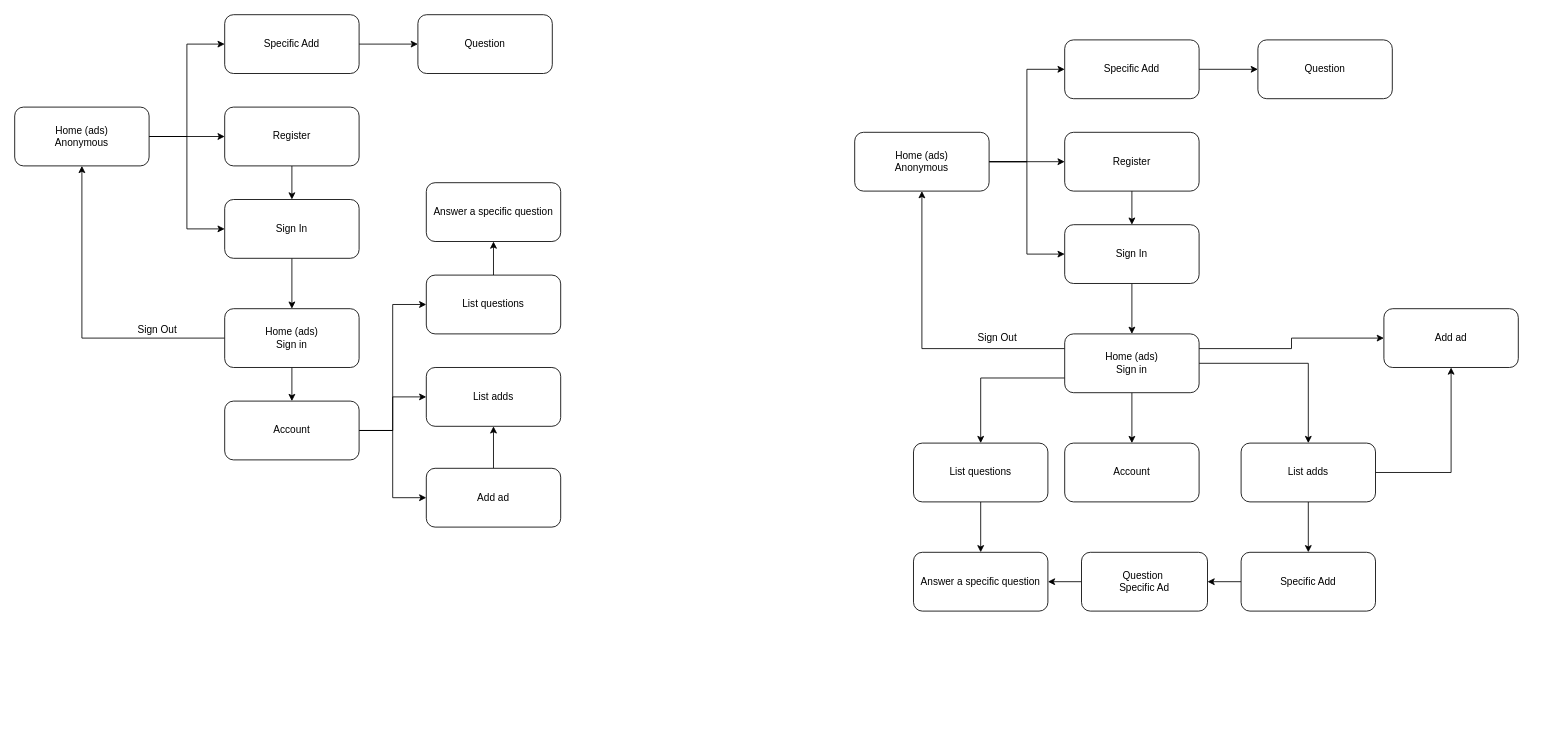
ChristianBocanegra/Example1 keeps this draw.io diagram as Windows-App.drawio. Above is the earlier version. Source tidied: cells renumbered, new cells numbered last; positions are measured from the earlier drawing's top-left corner, leaving out a move shared by most shapes. Both pictures are drawn from the tidied source at 84%, with x=0, y=0 at pixel (14, 14).
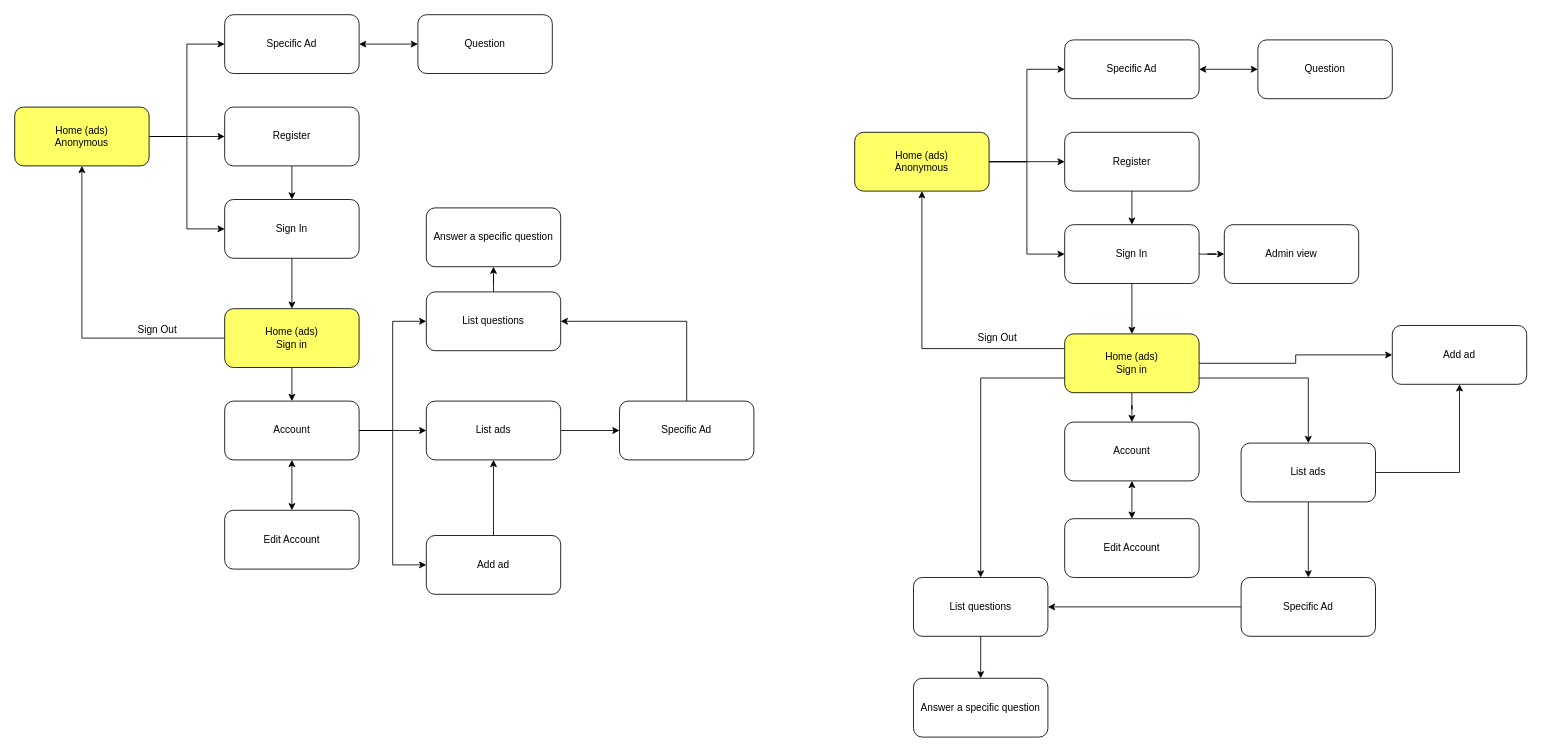
The same diagram, later.

The change refers to these unchanged cells:
```xml
<mxCell id="15" value="Question" style="rounded=1;whiteSpace=wrap;html=1;" parent="1" vertex="1">
  <mxGeometry x="480" width="160" height="70" as="geometry" />
</mxCell>
<mxCell id="19" value="Account" style="rounded=1;whiteSpace=wrap;html=1;" parent="1" vertex="1">
  <mxGeometry x="250" y="460" width="160" height="70" as="geometry" />
</mxCell>
<mxCell id="34" value="Sign In" style="rounded=1;whiteSpace=wrap;html=1;" parent="1" vertex="1">
  <mxGeometry x="1250" y="250" width="160" height="70" as="geometry" />
</mxCell>
<mxCell id="43" value="Question" style="rounded=1;whiteSpace=wrap;html=1;" parent="1" vertex="1">
  <mxGeometry x="1480" y="30" width="160" height="70" as="geometry" />
</mxCell>
```

Change to the diagram source:
```diff
@@
-    <mxCell id="5" value="Home (ads)&lt;div&gt;Anonymous&lt;/div&gt;" style="rounded=1;whiteSpace=wrap;html=1;" parent="1" vertex="1">
+    <mxCell id="5" value="Home (ads)&lt;div&gt;Anonymous&lt;/div&gt;" style="rounded=1;whiteSpace=wrap;html=1;fillColor=#FFFF66;" parent="1" vertex="1">
       <mxGeometry y="110" width="160" height="70" as="geometry" />
     </mxCell>
@@
-    <mxCell id="12" value="Home (ads)&lt;div&gt;Sign in&lt;/div&gt;" style="rounded=1;whiteSpace=wrap;html=1;" parent="1" vertex="1">
+    <mxCell id="12" value="Home (ads)&lt;div&gt;Sign in&lt;/div&gt;" style="rounded=1;whiteSpace=wrap;html=1;fillColor=#FFFF66;" parent="1" vertex="1">
       <mxGeometry x="250" y="350" width="160" height="70" as="geometry" />
     </mxCell>
-    <mxCell id="13" style="edgeStyle=orthogonalEdgeStyle;rounded=0;jettySize=auto;html=1;entryX=0;entryY=0.5;entryDx=0;entryDy=0;" parent="1" edge="1" source="14" target="15">
+    <mxCell id="13" style="edgeStyle=orthogonalEdgeStyle;rounded=0;jettySize=auto;html=1;entryX=0;entryY=0.5;entryDx=0;entryDy=0;startArrow=classic;startFill=1;" parent="1" edge="1" source="14" target="15">
       <mxGeometry relative="1" as="geometry" />
     </mxCell>
-    <mxCell id="14" value="Specific Add" style="rounded=1;whiteSpace=wrap;html=1;" parent="1" vertex="1">
+    <mxCell id="14" value="Specific Ad" style="rounded=1;whiteSpace=wrap;html=1;" parent="1" vertex="1">
       <mxGeometry x="250" width="160" height="70" as="geometry" />
     </mxCell>
@@
+    <mxCell id="57" style="edgeStyle=orthogonalEdgeStyle;rounded=0;jettySize=auto;html=1;entryX=0.5;entryY=0;entryDx=0;entryDy=0;startArrow=classic;startFill=1;" parent="1" edge="1" source="19" target="64">
+      <mxGeometry relative="1" as="geometry" />
+    </mxCell>
@@
     <mxCell id="21" value="Add ad" style="rounded=1;whiteSpace=wrap;html=1;" parent="1" vertex="1">
-      <mxGeometry x="490" y="540" width="160" height="70" as="geometry" />
+      <mxGeometry x="490" y="620" width="160" height="70" as="geometry" />
     </mxCell>
+    <mxCell id="58" style="edgeStyle=orthogonalEdgeStyle;rounded=0;jettySize=auto;html=1;entryX=0;entryY=0.5;entryDx=0;entryDy=0;" parent="1" edge="1" source="22" target="63">
+      <mxGeometry relative="1" as="geometry" />
+    </mxCell>
-    <mxCell id="22" value="List adds" style="rounded=1;whiteSpace=wrap;html=1;" parent="1" vertex="1">
-      <mxGeometry x="490" y="420" width="160" height="70" as="geometry" />
+    <mxCell id="22" value="List ads" style="rounded=1;whiteSpace=wrap;html=1;" parent="1" vertex="1">
+      <mxGeometry x="490" y="460" width="160" height="70" as="geometry" />
     </mxCell>
@@
     <mxCell id="24" value="List questions" style="rounded=1;whiteSpace=wrap;html=1;" parent="1" vertex="1">
-      <mxGeometry x="490" y="310" width="160" height="70" as="geometry" />
+      <mxGeometry x="490" y="330" width="160" height="70" as="geometry" />
     </mxCell>
     <mxCell id="25" value="Answer a specific question" style="rounded=1;whiteSpace=wrap;html=1;" parent="1" vertex="1">
-      <mxGeometry x="490" y="200" width="160" height="70" as="geometry" />
+      <mxGeometry x="490" y="230" width="160" height="70" as="geometry" />
     </mxCell>
@@
-    <mxCell id="30" value="Home (ads)&lt;div&gt;Anonymous&lt;/div&gt;" style="rounded=1;whiteSpace=wrap;html=1;" parent="1" vertex="1">
+    <mxCell id="30" value="Home (ads)&lt;div&gt;Anonymous&lt;/div&gt;" style="rounded=1;whiteSpace=wrap;html=1;fillColor=#FFFF66;" parent="1" vertex="1">
       <mxGeometry x="1000" y="140" width="160" height="70" as="geometry" />
     </mxCell>
@@
+    <mxCell id="59" style="edgeStyle=orthogonalEdgeStyle;rounded=0;jettySize=auto;html=1;entryX=0;entryY=0.5;entryDx=0;entryDy=0;" parent="1" edge="1" source="34" target="66">
+      <mxGeometry relative="1" as="geometry" />
+    </mxCell>
@@
-    <mxCell id="38" style="edgeStyle=orthogonalEdgeStyle;rounded=0;jettySize=auto;html=1;entryX=0.5;entryY=0;entryDx=0;entryDy=0;" parent="1" edge="1" source="40" target="48">
+    <mxCell id="38" style="edgeStyle=orthogonalEdgeStyle;rounded=0;jettySize=auto;html=1;entryX=0.5;entryY=0;entryDx=0;entryDy=0;exitX=1;exitY=0.75;exitDx=0;exitDy=0;" parent="1" edge="1" source="40" target="48">
       <mxGeometry relative="1" as="geometry" />
     </mxCell>
-    <mxCell id="39" style="edgeStyle=orthogonalEdgeStyle;rounded=0;jettySize=auto;html=1;entryX=0;entryY=0.5;entryDx=0;entryDy=0;exitX=1;exitY=0.25;exitDx=0;exitDy=0;" parent="1" edge="1" source="40" target="45">
+    <mxCell id="39" style="edgeStyle=orthogonalEdgeStyle;rounded=0;jettySize=auto;html=1;entryX=0;entryY=0.5;entryDx=0;entryDy=0;exitX=1;exitY=0.5;exitDx=0;exitDy=0;" parent="1" edge="1" source="40" target="45">
       <mxGeometry relative="1" as="geometry" />
     </mxCell>
-    <mxCell id="40" value="Home (ads)&lt;div&gt;Sign in&lt;/div&gt;" style="rounded=1;whiteSpace=wrap;html=1;" parent="1" vertex="1">
+    <mxCell id="40" value="Home (ads)&lt;div&gt;Sign in&lt;/div&gt;" style="rounded=1;whiteSpace=wrap;html=1;fillColor=#FFFF66;" parent="1" vertex="1">
       <mxGeometry x="1250" y="380" width="160" height="70" as="geometry" />
     </mxCell>
-    <mxCell id="41" style="edgeStyle=orthogonalEdgeStyle;rounded=0;jettySize=auto;html=1;entryX=0;entryY=0.5;entryDx=0;entryDy=0;" parent="1" edge="1" source="42" target="43">
+    <mxCell id="41" style="edgeStyle=orthogonalEdgeStyle;rounded=0;jettySize=auto;html=1;entryX=0;entryY=0.5;entryDx=0;entryDy=0;startArrow=classic;startFill=1;" parent="1" edge="1" source="42" target="43">
       <mxGeometry relative="1" as="geometry" />
     </mxCell>
-    <mxCell id="42" value="Specific Add" style="rounded=1;whiteSpace=wrap;html=1;" parent="1" vertex="1">
+    <mxCell id="42" value="Specific Ad" style="rounded=1;whiteSpace=wrap;html=1;" parent="1" vertex="1">
       <mxGeometry x="1250" y="30" width="160" height="70" as="geometry" />
     </mxCell>
@@
+    <mxCell id="60" style="edgeStyle=orthogonalEdgeStyle;rounded=0;jettySize=auto;html=1;entryX=0.5;entryY=0;entryDx=0;entryDy=0;startArrow=classic;startFill=1;" parent="1" edge="1" source="44" target="65">
+      <mxGeometry relative="1" as="geometry" />
+    </mxCell>
     <mxCell id="44" value="Account" style="rounded=1;whiteSpace=wrap;html=1;" parent="1" vertex="1">
-      <mxGeometry x="1250" y="510" width="160" height="70" as="geometry" />
+      <mxGeometry x="1250" y="485" width="160" height="70" as="geometry" />
     </mxCell>
     <mxCell id="45" value="Add ad" style="rounded=1;whiteSpace=wrap;html=1;" parent="1" vertex="1">
-      <mxGeometry x="1630" y="350" width="160" height="70" as="geometry" />
+      <mxGeometry x="1640" y="370" width="160" height="70" as="geometry" />
     </mxCell>
@@
-    <mxCell id="48" value="List adds" style="rounded=1;whiteSpace=wrap;html=1;" parent="1" vertex="1">
+    <mxCell id="48" value="List ads" style="rounded=1;whiteSpace=wrap;html=1;" parent="1" vertex="1">
       <mxGeometry x="1460" y="510" width="160" height="70" as="geometry" />
     </mxCell>
@@
     <mxCell id="50" value="List questions" style="rounded=1;whiteSpace=wrap;html=1;" parent="1" vertex="1">
-      <mxGeometry x="1070" y="510" width="160" height="70" as="geometry" />
+      <mxGeometry x="1070" y="670" width="160" height="70" as="geometry" />
     </mxCell>
     <mxCell id="51" value="Answer a specific question" style="rounded=1;whiteSpace=wrap;html=1;" parent="1" vertex="1">
-      <mxGeometry x="1070" y="640" width="160" height="70" as="geometry" />
+      <mxGeometry x="1070" y="790" width="160" height="70" as="geometry" />
     </mxCell>
@@
-    <mxCell id="53" style="edgeStyle=orthogonalEdgeStyle;rounded=0;jettySize=auto;html=1;entryX=1;entryY=0.5;entryDx=0;entryDy=0;" parent="1" edge="1" source="54" target="56">
-      <mxGeometry relative="1" as="geometry" />
-    </mxCell>
+    <mxCell id="61" style="edgeStyle=orthogonalEdgeStyle;rounded=0;jettySize=auto;html=1;entryX=1;entryY=0.5;entryDx=0;entryDy=0;" parent="1" edge="1" source="54" target="50">
+      <mxGeometry relative="1" as="geometry" />
+    </mxCell>
-    <mxCell id="54" value="Specific Add" style="rounded=1;whiteSpace=wrap;html=1;" parent="1" vertex="1">
-      <mxGeometry x="1460" y="640" width="160" height="70" as="geometry" />
+    <mxCell id="54" value="Specific Ad" style="rounded=1;whiteSpace=wrap;html=1;" parent="1" vertex="1">
+      <mxGeometry x="1460" y="670" width="160" height="70" as="geometry" />
     </mxCell>
-    <mxCell id="55" style="edgeStyle=orthogonalEdgeStyle;rounded=0;jettySize=auto;html=1;entryX=1;entryY=0.5;entryDx=0;entryDy=0;" parent="1" edge="1" source="56" target="51">
-      <mxGeometry relative="1" as="geometry" />
-    </mxCell>
-    <mxCell id="56" value="Question&amp;nbsp;&lt;div&gt;Specific Ad&lt;/div&gt;" style="rounded=1;whiteSpace=wrap;html=1;" parent="1" vertex="1">
-      <mxGeometry x="1270" y="640" width="150" height="70" as="geometry" />
-    </mxCell>
+    <mxCell id="62" style="edgeStyle=orthogonalEdgeStyle;rounded=0;jettySize=auto;html=1;entryX=1;entryY=0.5;entryDx=0;entryDy=0;exitX=0.5;exitY=0;exitDx=0;exitDy=0;" parent="1" edge="1" source="63" target="24">
+      <mxGeometry relative="1" as="geometry" />
+    </mxCell>
+    <mxCell id="63" value="Specific Ad" style="rounded=1;whiteSpace=wrap;html=1;" parent="1" vertex="1">
+      <mxGeometry x="720" y="460" width="160" height="70" as="geometry" />
+    </mxCell>
+    <mxCell id="64" value="Edit Account" style="rounded=1;whiteSpace=wrap;html=1;" parent="1" vertex="1">
+      <mxGeometry x="250" y="590" width="160" height="70" as="geometry" />
+    </mxCell>
+    <mxCell id="65" value="Edit Account" style="rounded=1;whiteSpace=wrap;html=1;" parent="1" vertex="1">
+      <mxGeometry x="1250" y="600" width="160" height="70" as="geometry" />
+    </mxCell>
+    <mxCell id="66" value="Admin view" style="rounded=1;whiteSpace=wrap;html=1;" parent="1" vertex="1">
+      <mxGeometry x="1440" y="250" width="160" height="70" as="geometry" />
+    </mxCell>
```
